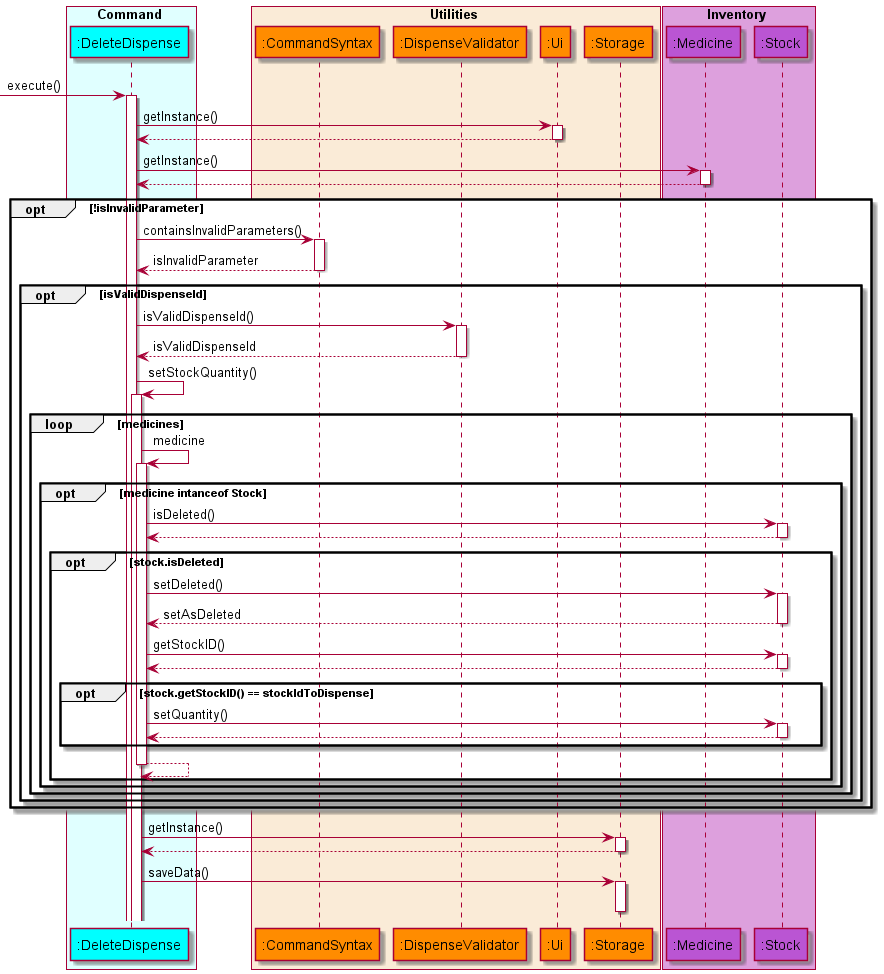
Before: docs/diagrams/diagram_images/DeleteDispenseSequenceDiagram.png, a diagram exported from PlantUML (nus-cs2113-AY2122S1/tp).
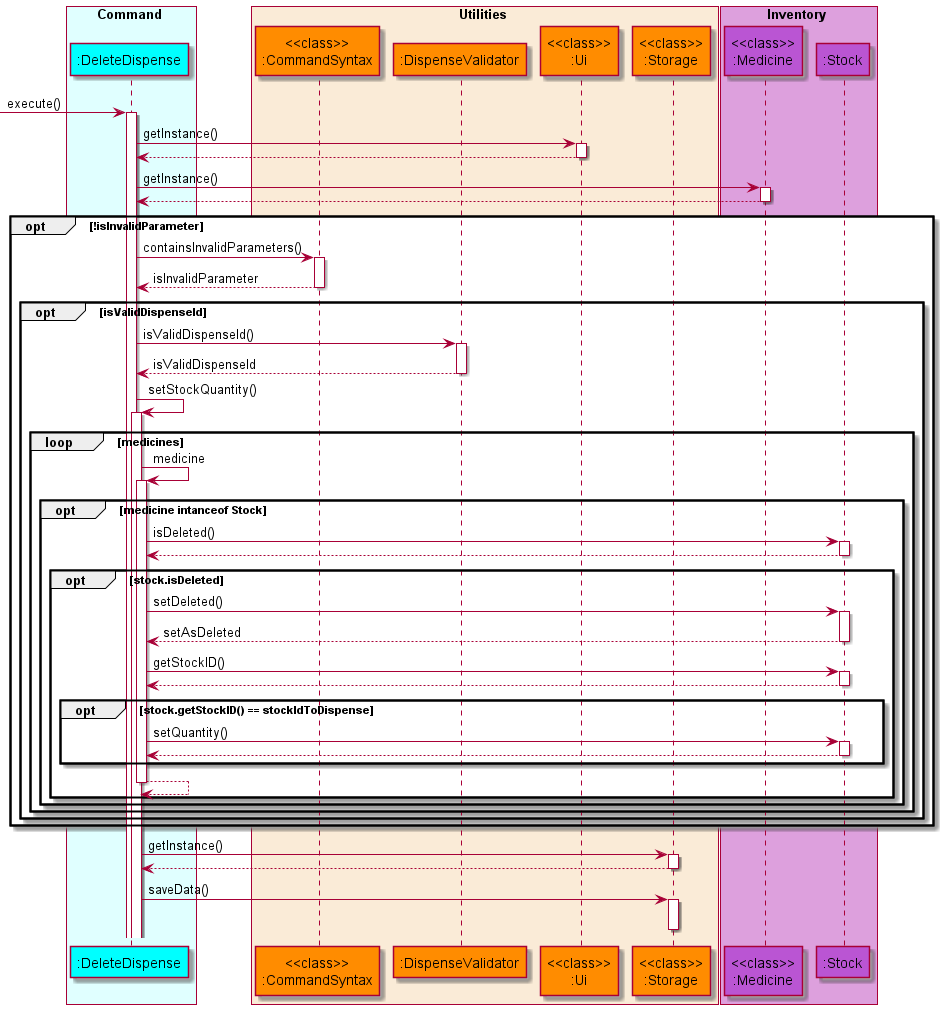
After the change.

What changed in the source:
```diff
@@ -1,4 +1,4 @@
-@startuml UpdateStockSequenceDiagram
+@startuml DeleteDispenseSequenceDiagram
 
 !include style.puml
 
@@ -7,14 +7,14 @@
 end box
 
 box Utilities COLOR_UTILITIES_BOX
-    participant ":CommandSyntax" as commandsyntax COLOR_UTILITIES
+    participant "<<class>>\n:CommandSyntax" as commandsyntax COLOR_UTILITIES
     participant ":DispenseValidator" as dispensevalidator COLOR_UTILITIES
-    participant ":Ui" as ui COLOR_UTILITIES
-    participant ":Storage" as storage COLOR_UTILITIES
+    participant "<<class>>\n:Ui" as ui COLOR_UTILITIES
+    participant "<<class>>\n:Storage" as storage COLOR_UTILITIES
 end box
 
 box Inventory COLOR_INVENTORY_BOX
-    participant ":Medicine" as medicine COLOR_INVENTORY
+    participant "<<class>>\n:Medicine" as medicine COLOR_INVENTORY
     participant ":Stock" as stock COLOR_INVENTORY
 end box
 
```
